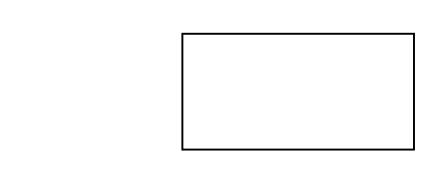
Above: Biểu đồ không có tiêu đề.drawio in quyettranvu/Lab1_IDEF (draw.io), before the change. Source tidied: cells renumbered, new cells numbered last; positions are measured from the earlier drawing's top-left corner, leaving out a move shared by most shapes. Both pictures are drawn from the tidied source at 193%, with x=0, y=0 at pixel (181, 33).
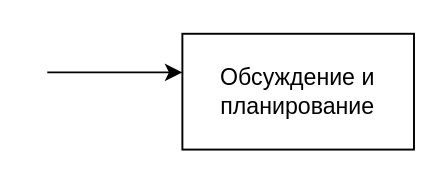
The same page after the edit.

The edit, as a diff of the source:
```diff
@@
 <mxGraphModel>
   <root>
     <mxCell id="0" />
     <mxCell id="1" parent="0" />
-    <mxCell id="2" style="rounded=0;whiteSpace=wrap;html=1;" parent="1" vertex="1">
+    <mxCell id="2" value="Oбсуждение и планирование" style="rounded=0;whiteSpace=wrap;html=1;" parent="1" vertex="1">
       <mxGeometry width="120" height="60" as="geometry" />
     </mxCell>
+    <mxCell id="3" style="endArrow=classic;html=1;rounded=0;" parent="1" edge="1">
+      <mxGeometry relative="1" as="geometry">
+        <mxPoint x="-70" y="20" as="sourcePoint" />
+        <mxPoint y="20" as="targetPoint" />
+      </mxGeometry>
+    </mxCell>
   </root>
 </mxGraphModel>
```
